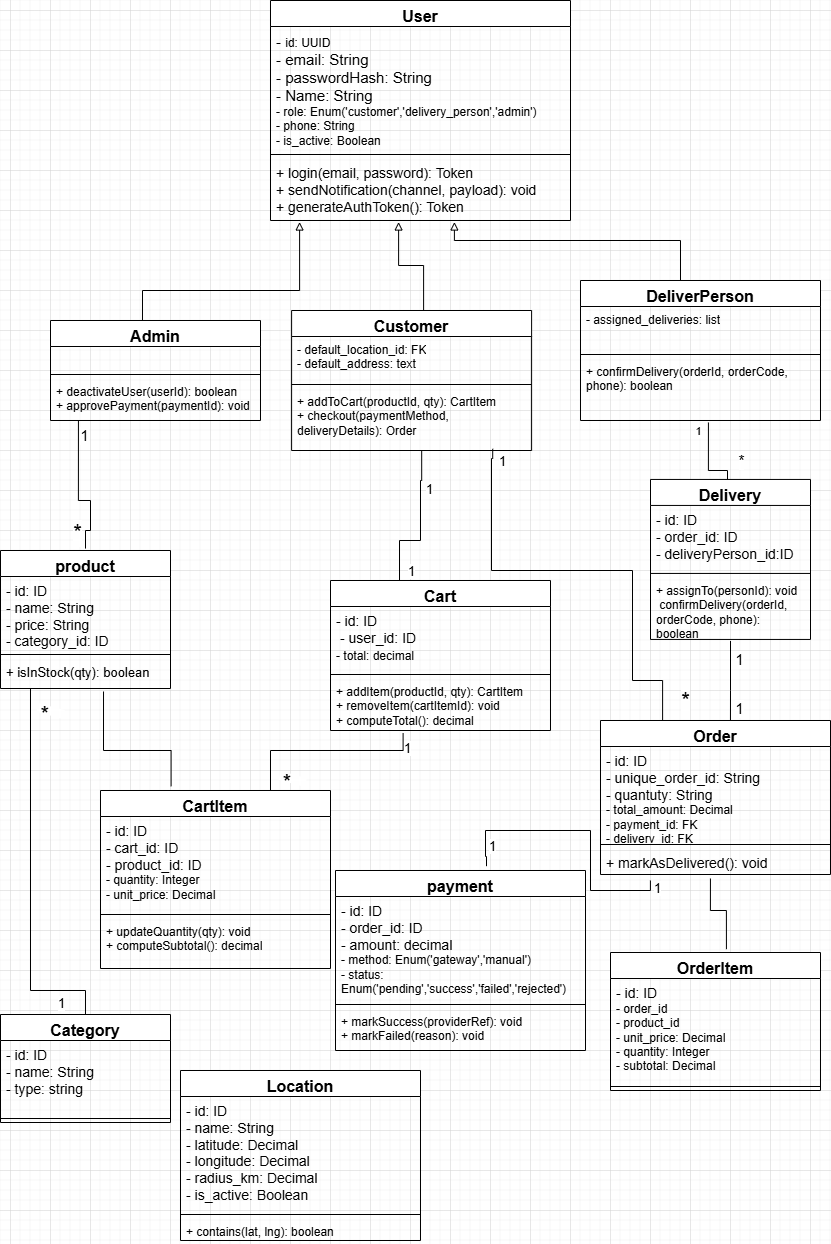
The draw.io diagram docs/class diagram.png in Emmanuel-Mukumbwa/cloudimart-university-ecommerce, before a commit. Source tidied: cells renumbered, new cells last; positions are measured from the earlier drawing's top-left corner, leaving out a move shared by most shapes.
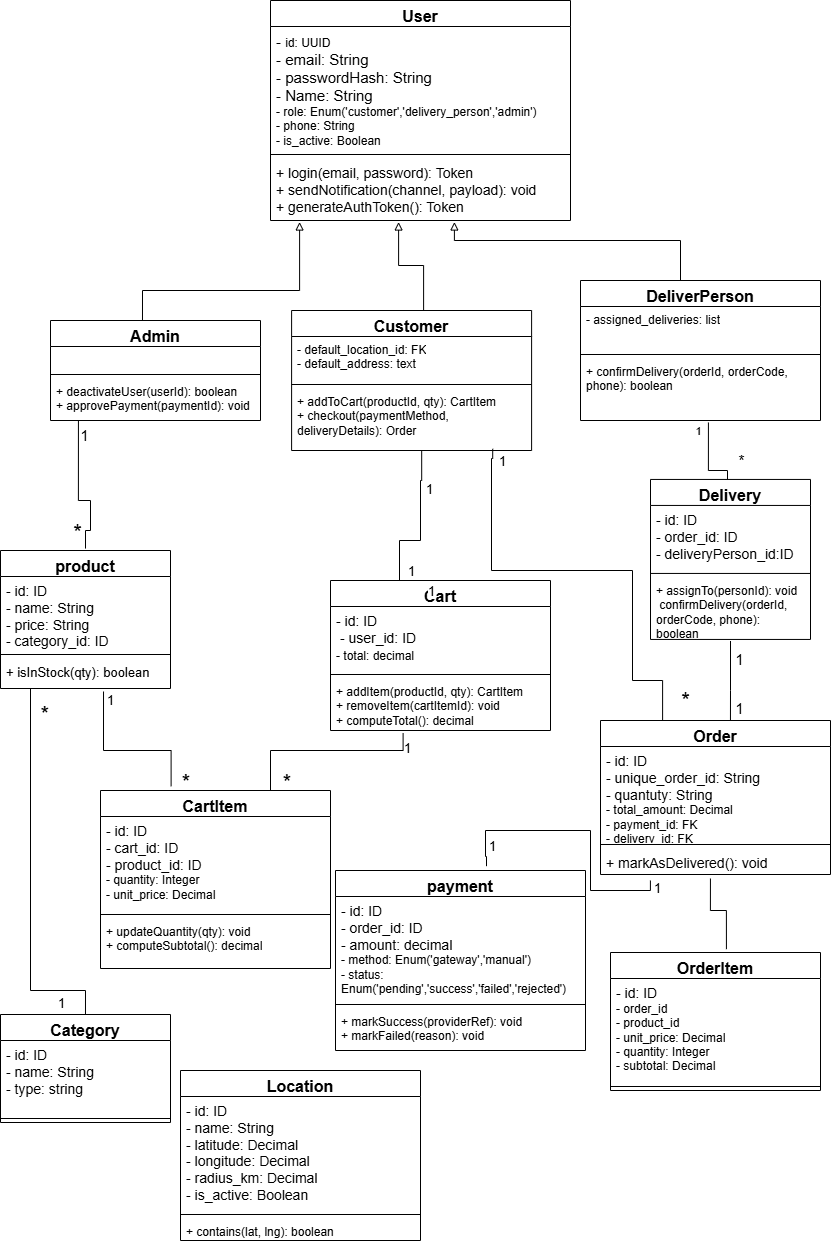
After the change.

Commit message:
docs: add new class diagram — modernized structure and consistent naming

What changed in the source:
```diff
@@ -77,7 +77,7 @@
     </mxCell>
     <mxCell id="12" value="&lt;font style=&quot;font-size: 22px;&quot;&gt;*&lt;/font&gt;" style="edgeLabel;html=1;align=center;verticalAlign=middle;rotation=-75;" parent="11" vertex="1">
       <mxGeometry x="-0.5" y="-1" relative="1" as="geometry">
-        <mxPoint x="20" as="offset" />
+        <mxPoint x="-81" as="offset" />
       </mxGeometry>
     </mxCell>
     <mxCell id="13" value="&lt;span style=&quot;font-size: 16px;&quot;&gt;Customer&lt;/span&gt;" style="swimlane;fontStyle=1;align=center;verticalAlign=top;horizontal=1;startSize=26;whiteSpace=wrap;html=1;" parent="1" vertex="1">
@@ -253,7 +253,7 @@
         <mxPoint x="-93" y="-38" as="offset" />
       </mxGeometry>
     </mxCell>
-    <mxCell id="61" value="&lt;font style=&quot;font-size: 13px;&quot;&gt;1&lt;/font&gt;" style="edgeLabel;html=1;align=center;verticalAlign=middle;" parent="1" vertex="1">
+    <mxCell id="61" value="&lt;span style=&quot;font-size: 13px;&quot;&gt;1&lt;/span&gt;" style="edgeLabel;html=1;align=center;verticalAlign=middle;" parent="1" vertex="1">
       <mxGeometry x="510" y="450" as="geometry">
         <mxPoint x="-104" y="297" as="offset" />
       </mxGeometry>
@@ -347,5 +347,16 @@
         <mxPoint x="15.4" y="-398.6" as="offset" />
       </mxGeometry>
     </mxCell>
+    <mxCell id="81" value="&lt;font style=&quot;font-size: 22px;&quot;&gt;*&lt;/font&gt;" style="edgeLabel;html=1;align=center;verticalAlign=middle;rotation=-75;" parent="1" vertex="1">
+      <mxGeometry x="291.1" y="780" as="geometry" />
+    </mxCell>
+    <mxCell id="82" value="&lt;font style=&quot;font-size: 13px;&quot;&gt;1&lt;/font&gt;" style="edgeLabel;html=1;align=center;verticalAlign=middle;" parent="1" vertex="1">
+      <mxGeometry x="420" y="580" as="geometry">
+        <mxPoint x="-311" y="119" as="offset" />
+      </mxGeometry>
+    </mxCell>
+    <mxCell id="83" value="&lt;font style=&quot;font-size: 13px;&quot;&gt;1&lt;/font&gt;" style="edgeLabel;html=1;align=center;verticalAlign=middle;" parent="1" vertex="1">
+      <mxGeometry x="430" y="590" as="geometry" />
+    </mxCell>
   </root>
 </mxGraphModel>
```
